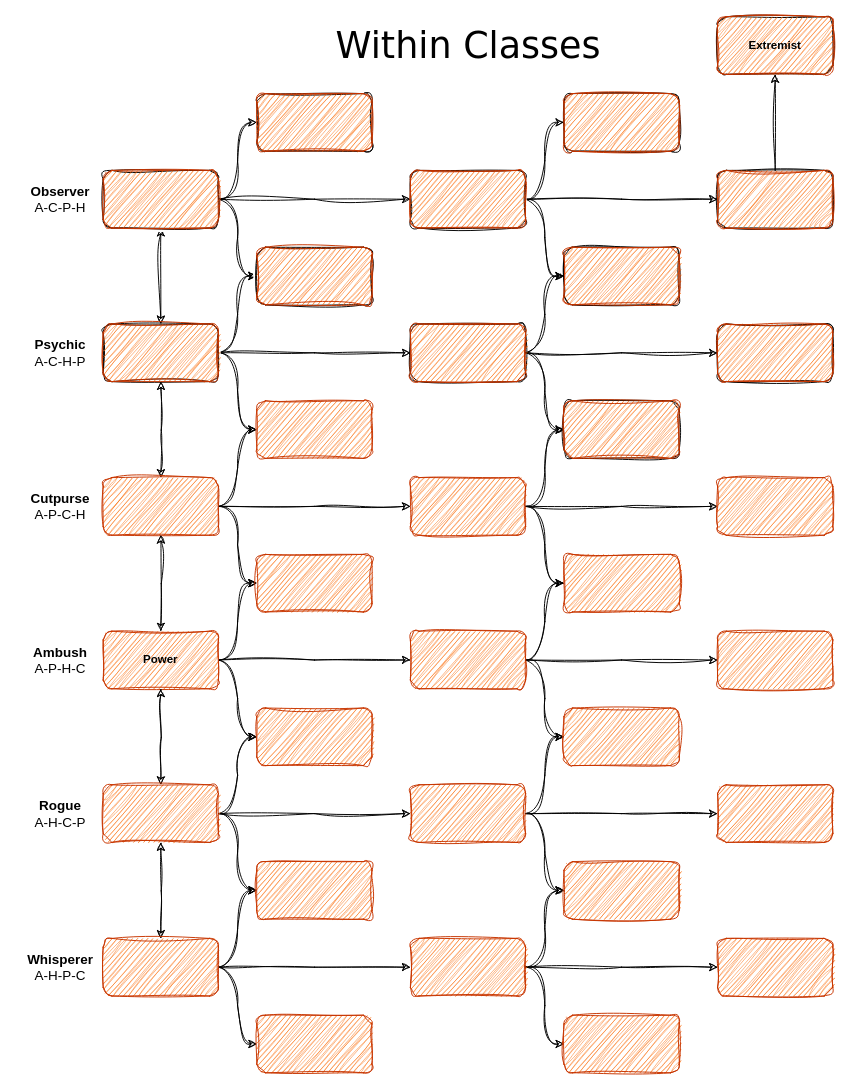
The draw.io diagram handbook/class_trees/within_classes_diagram.drawio in njs992/nialls_adventure_game, before the edit. Source tidied: cells renumbered, new cells numbered last; positions are measured from the earlier drawing's top-left corner, leaving out a move shared by most shapes. Both pictures are drawn from the tidied source at 96%, with x=0, y=0 at pixel (16, 16).
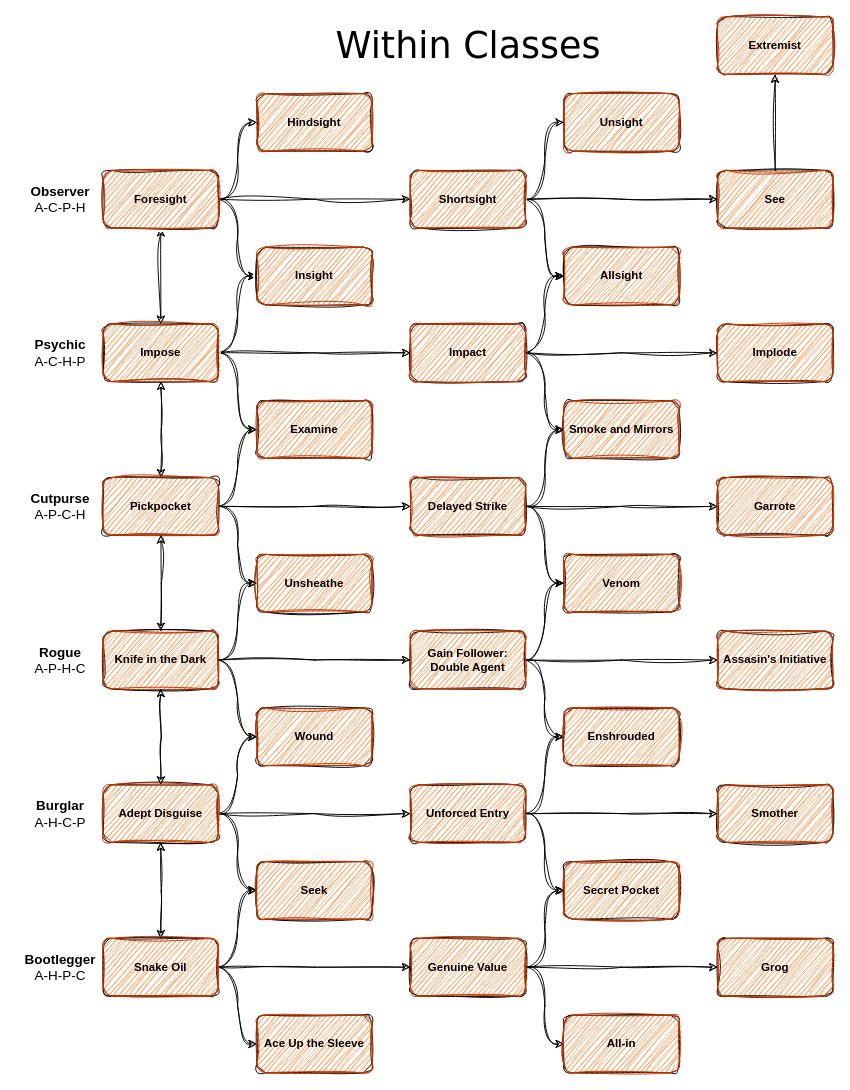
Above is the later version.

Change to the diagram source:
```diff
@@
+    <mxCell id="96" style="rounded=1;whiteSpace=wrap;html=1;labelBackgroundColor=none;sketch=1;curveFitting=1;jiggle=2;" parent="1" vertex="1">
+      <mxGeometry x="250" y="400" width="120" height="60" as="geometry" />
+    </mxCell>
+    <mxCell id="97" style="rounded=1;whiteSpace=wrap;html=1;labelBackgroundColor=none;sketch=1;curveFitting=1;jiggle=2;" parent="1" vertex="1">
+      <mxGeometry x="90" y="480" width="120" height="60" as="geometry" />
+    </mxCell>
+    <mxCell id="98" style="rounded=1;whiteSpace=wrap;html=1;labelBackgroundColor=none;sketch=1;curveFitting=1;jiggle=2;" parent="1" vertex="1">
+      <mxGeometry x="410" y="480" width="120" height="60" as="geometry" />
+    </mxCell>
+    <mxCell id="99" style="rounded=1;whiteSpace=wrap;html=1;labelBackgroundColor=none;sketch=1;curveFitting=1;jiggle=2;" parent="1" vertex="1">
+      <mxGeometry x="730" y="480" width="120" height="60" as="geometry" />
+    </mxCell>
+    <mxCell id="100" style="rounded=1;whiteSpace=wrap;html=1;labelBackgroundColor=none;sketch=1;curveFitting=1;jiggle=2;" parent="1" vertex="1">
+      <mxGeometry x="250" y="560" width="120" height="60" as="geometry" />
+    </mxCell>
+    <mxCell id="101" style="rounded=1;whiteSpace=wrap;html=1;labelBackgroundColor=none;sketch=1;curveFitting=1;jiggle=2;" parent="1" vertex="1">
+      <mxGeometry x="570" y="560" width="120" height="60" as="geometry" />
+    </mxCell>
+    <mxCell id="102" style="rounded=1;whiteSpace=wrap;html=1;labelBackgroundColor=none;sketch=1;curveFitting=1;jiggle=2;" parent="1" vertex="1">
+      <mxGeometry x="90" y="640" width="120" height="60" as="geometry" />
+    </mxCell>
+    <mxCell id="103" style="rounded=1;whiteSpace=wrap;html=1;labelBackgroundColor=none;sketch=1;curveFitting=1;jiggle=2;" parent="1" vertex="1">
+      <mxGeometry x="410" y="640" width="120" height="60" as="geometry" />
+    </mxCell>
+    <mxCell id="104" style="rounded=1;whiteSpace=wrap;html=1;labelBackgroundColor=none;sketch=1;curveFitting=1;jiggle=2;" parent="1" vertex="1">
+      <mxGeometry x="730" y="640" width="120" height="60" as="geometry" />
+    </mxCell>
+    <mxCell id="105" style="rounded=1;whiteSpace=wrap;html=1;labelBackgroundColor=none;sketch=1;curveFitting=1;jiggle=2;" parent="1" vertex="1">
+      <mxGeometry x="250" y="720" width="120" height="60" as="geometry" />
+    </mxCell>
+    <mxCell id="106" style="rounded=1;whiteSpace=wrap;html=1;labelBackgroundColor=none;sketch=1;curveFitting=1;jiggle=2;" parent="1" vertex="1">
+      <mxGeometry x="570" y="720" width="120" height="60" as="geometry" />
+    </mxCell>
+    <mxCell id="107" style="rounded=1;whiteSpace=wrap;html=1;labelBackgroundColor=none;sketch=1;curveFitting=1;jiggle=2;" parent="1" vertex="1">
+      <mxGeometry x="90" y="800" width="120" height="60" as="geometry" />
+    </mxCell>
+    <mxCell id="108" style="rounded=1;whiteSpace=wrap;html=1;labelBackgroundColor=none;sketch=1;curveFitting=1;jiggle=2;" parent="1" vertex="1">
+      <mxGeometry x="410" y="800" width="120" height="60" as="geometry" />
+    </mxCell>
+    <mxCell id="109" style="rounded=1;whiteSpace=wrap;html=1;labelBackgroundColor=none;sketch=1;curveFitting=1;jiggle=2;" parent="1" vertex="1">
+      <mxGeometry x="730" y="800" width="120" height="60" as="geometry" />
+    </mxCell>
+    <mxCell id="110" style="rounded=1;whiteSpace=wrap;html=1;labelBackgroundColor=none;sketch=1;curveFitting=1;jiggle=2;" parent="1" vertex="1">
+      <mxGeometry x="250" y="880" width="120" height="60" as="geometry" />
+    </mxCell>
+    <mxCell id="111" style="rounded=1;whiteSpace=wrap;html=1;labelBackgroundColor=none;sketch=1;curveFitting=1;jiggle=2;" parent="1" vertex="1">
+      <mxGeometry x="570" y="880" width="120" height="60" as="geometry" />
+    </mxCell>
+    <mxCell id="112" style="rounded=1;whiteSpace=wrap;html=1;labelBackgroundColor=none;sketch=1;curveFitting=1;jiggle=2;" parent="1" vertex="1">
+      <mxGeometry x="730" y="960" width="120" height="60" as="geometry" />
+    </mxCell>
+    <mxCell id="113" style="rounded=1;whiteSpace=wrap;html=1;labelBackgroundColor=none;sketch=1;curveFitting=1;jiggle=2;" parent="1" vertex="1">
+      <mxGeometry x="410" y="960" width="120" height="60" as="geometry" />
+    </mxCell>
+    <mxCell id="114" style="rounded=1;whiteSpace=wrap;html=1;labelBackgroundColor=none;sketch=1;curveFitting=1;jiggle=2;" parent="1" vertex="1">
+      <mxGeometry x="90" y="960" width="120" height="60" as="geometry" />
+    </mxCell>
+    <mxCell id="115" style="rounded=1;whiteSpace=wrap;html=1;labelBackgroundColor=none;sketch=1;curveFitting=1;jiggle=2;" parent="1" vertex="1">
+      <mxGeometry x="250" y="1040" width="120" height="60" as="geometry" />
+    </mxCell>
+    <mxCell id="116" style="rounded=1;whiteSpace=wrap;html=1;labelBackgroundColor=none;sketch=1;curveFitting=1;jiggle=2;" parent="1" vertex="1">
+      <mxGeometry x="570" y="1040" width="120" height="60" as="geometry" />
+    </mxCell>
@@
-    <mxCell id="18" style="rounded=1;whiteSpace=wrap;html=1;labelBackgroundColor=none;fillColor=#fa6800;strokeColor=#C73500;fontColor=default;sketch=1;curveFitting=1;jiggle=2;fontStyle=1;" parent="1" vertex="1">
+    <mxCell id="18" value="Pickpocket" style="rounded=1;whiteSpace=wrap;html=1;labelBackgroundColor=none;fillColor=#fa6800;strokeColor=#C73500;fontColor=default;sketch=1;curveFitting=1;jiggle=2;fontStyle=1;" parent="1" vertex="1">
       <mxGeometry x="90" y="480" width="120" height="60" as="geometry" />
     </mxCell>
-    <mxCell id="19" style="rounded=1;whiteSpace=wrap;html=1;labelBackgroundColor=none;fillColor=#fa6800;strokeColor=#C73500;fontColor=default;sketch=1;curveFitting=1;jiggle=2;fontStyle=1;" parent="1" vertex="1">
+    <mxCell id="19" value="Examine" style="rounded=1;whiteSpace=wrap;html=1;labelBackgroundColor=none;fillColor=#fa6800;strokeColor=#C73500;fontColor=default;sketch=1;curveFitting=1;jiggle=2;fontStyle=1;" parent="1" vertex="1">
       <mxGeometry x="250" y="400" width="120" height="60" as="geometry" />
     </mxCell>
@@
-    <mxCell id="24" value="&lt;font&gt;&lt;span&gt;Power&lt;/span&gt;&lt;/font&gt;" style="rounded=1;whiteSpace=wrap;html=1;labelBackgroundColor=none;fillColor=#fa6800;strokeColor=#C73500;fontColor=default;sketch=1;curveFitting=1;jiggle=2;fontStyle=1;" parent="1" vertex="1">
+    <mxCell id="24" value="Knife in the Dark" style="rounded=1;whiteSpace=wrap;html=1;labelBackgroundColor=none;fillColor=#fa6800;strokeColor=#C73500;fontColor=default;sketch=1;curveFitting=1;jiggle=2;fontStyle=1;" parent="1" vertex="1">
       <mxGeometry x="90" y="640" width="120" height="60" as="geometry" />
     </mxCell>
-    <mxCell id="25" style="rounded=1;whiteSpace=wrap;html=1;labelBackgroundColor=none;fillColor=#fa6800;strokeColor=#C73500;fontColor=default;sketch=1;curveFitting=1;jiggle=2;fontStyle=1;" parent="1" vertex="1">
+    <mxCell id="25" value="Unsheathe" style="rounded=1;whiteSpace=wrap;html=1;labelBackgroundColor=none;fillColor=#fa6800;strokeColor=#C73500;fontColor=default;sketch=1;curveFitting=1;jiggle=2;fontStyle=1;" parent="1" vertex="1">
       <mxGeometry x="250" y="560" width="120" height="60" as="geometry" />
     </mxCell>
@@
-    <mxCell id="30" style="rounded=1;whiteSpace=wrap;html=1;labelBackgroundColor=none;fillColor=#fa6800;strokeColor=#C73500;fontColor=default;sketch=1;curveFitting=1;jiggle=2;fontStyle=1;" parent="1" vertex="1">
+    <mxCell id="30" value="Adept Disguise" style="rounded=1;whiteSpace=wrap;html=1;labelBackgroundColor=none;fillColor=#fa6800;strokeColor=#C73500;fontColor=default;sketch=1;curveFitting=1;jiggle=2;fontStyle=1;" parent="1" vertex="1">
       <mxGeometry x="90" y="800" width="120" height="60" as="geometry" />
     </mxCell>
-    <mxCell id="31" style="rounded=1;whiteSpace=wrap;html=1;labelBackgroundColor=none;fillColor=#fa6800;strokeColor=#C73500;fontColor=default;sketch=1;curveFitting=1;jiggle=2;fontStyle=1;" parent="1" vertex="1">
+    <mxCell id="31" value="Wound" style="rounded=1;whiteSpace=wrap;html=1;labelBackgroundColor=none;fillColor=#fa6800;strokeColor=#C73500;fontColor=default;sketch=1;curveFitting=1;jiggle=2;fontStyle=1;" parent="1" vertex="1">
       <mxGeometry x="250" y="720" width="120" height="60" as="geometry" />
     </mxCell>
@@
-    <mxCell id="36" style="rounded=1;whiteSpace=wrap;html=1;labelBackgroundColor=none;fillColor=#fa6800;strokeColor=#C73500;fontColor=default;sketch=1;curveFitting=1;jiggle=2;fontStyle=1;" parent="1" vertex="1">
+    <mxCell id="36" value="Snake Oil" style="rounded=1;whiteSpace=wrap;html=1;labelBackgroundColor=none;fillColor=#fa6800;strokeColor=#C73500;fontColor=default;sketch=1;curveFitting=1;jiggle=2;fontStyle=1;" parent="1" vertex="1">
       <mxGeometry x="90" y="960" width="120" height="60" as="geometry" />
     </mxCell>
-    <mxCell id="37" style="rounded=1;whiteSpace=wrap;html=1;labelBackgroundColor=none;fillColor=#fa6800;strokeColor=#C73500;fontColor=default;sketch=1;curveFitting=1;jiggle=2;fontStyle=1;" parent="1" vertex="1">
+    <mxCell id="37" value="Seek" style="rounded=1;whiteSpace=wrap;html=1;labelBackgroundColor=none;fillColor=#fa6800;strokeColor=#C73500;fontColor=default;sketch=1;curveFitting=1;jiggle=2;fontStyle=1;" parent="1" vertex="1">
       <mxGeometry x="250" y="880" width="120" height="60" as="geometry" />
     </mxCell>
-    <mxCell id="38" style="rounded=1;whiteSpace=wrap;html=1;labelBackgroundColor=none;fillColor=#fa6800;strokeColor=#C73500;fontColor=default;sketch=1;curveFitting=1;jiggle=2;fontStyle=1;" parent="1" vertex="1">
+    <mxCell id="38" value="Ace Up the Sleeve" style="rounded=1;whiteSpace=wrap;html=1;labelBackgroundColor=none;fillColor=#fa6800;strokeColor=#C73500;fontColor=default;sketch=1;curveFitting=1;jiggle=2;fontStyle=1;" parent="1" vertex="1">
       <mxGeometry x="250" y="1040" width="120" height="60" as="geometry" />
     </mxCell>
@@
-    <mxCell id="52" style="rounded=1;whiteSpace=wrap;html=1;labelBackgroundColor=none;fillColor=#fa6800;strokeColor=#C73500;fontColor=default;sketch=1;curveFitting=1;jiggle=2;fontStyle=1;" parent="1" vertex="1">
+    <mxCell id="52" value="Delayed Strike" style="rounded=1;whiteSpace=wrap;html=1;labelBackgroundColor=none;fillColor=#fa6800;strokeColor=#C73500;fontColor=default;sketch=1;curveFitting=1;jiggle=2;fontStyle=1;" parent="1" vertex="1">
       <mxGeometry x="410" y="480" width="120" height="60" as="geometry" />
     </mxCell>
@@
-    <mxCell id="57" style="rounded=1;whiteSpace=wrap;html=1;labelBackgroundColor=none;fillColor=#fa6800;strokeColor=#C73500;fontColor=default;sketch=1;curveFitting=1;jiggle=2;fontStyle=1;" parent="1" vertex="1">
+    <mxCell id="57" value="Gain Follower: Double Agent" style="rounded=1;whiteSpace=wrap;html=1;labelBackgroundColor=none;fillColor=#fa6800;strokeColor=#C73500;fontColor=default;sketch=1;curveFitting=1;jiggle=2;fontStyle=1;" parent="1" vertex="1">
       <mxGeometry x="410" y="640" width="120" height="60" as="geometry" />
     </mxCell>
-    <mxCell id="58" style="rounded=1;whiteSpace=wrap;html=1;labelBackgroundColor=none;fillColor=#fa6800;strokeColor=#C73500;fontColor=default;sketch=1;curveFitting=1;jiggle=2;fontStyle=1;" parent="1" vertex="1">
+    <mxCell id="58" value="Venom" style="rounded=1;whiteSpace=wrap;html=1;labelBackgroundColor=none;fillColor=#fa6800;strokeColor=#C73500;fontColor=default;sketch=1;curveFitting=1;jiggle=2;fontStyle=1;" parent="1" vertex="1">
       <mxGeometry x="570" y="560" width="120" height="60" as="geometry" />
     </mxCell>
@@
-    <mxCell id="62" style="rounded=1;whiteSpace=wrap;html=1;labelBackgroundColor=none;fillColor=#fa6800;strokeColor=#C73500;fontColor=default;sketch=1;curveFitting=1;jiggle=2;fontStyle=1;" parent="1" vertex="1">
+    <mxCell id="62" value="Unforced Entry" style="rounded=1;whiteSpace=wrap;html=1;labelBackgroundColor=none;fillColor=#fa6800;strokeColor=#C73500;fontColor=default;sketch=1;curveFitting=1;jiggle=2;fontStyle=1;" parent="1" vertex="1">
       <mxGeometry x="410" y="800" width="120" height="60" as="geometry" />
     </mxCell>
-    <mxCell id="63" style="rounded=1;whiteSpace=wrap;html=1;labelBackgroundColor=none;fillColor=#fa6800;strokeColor=#C73500;fontColor=default;sketch=1;curveFitting=1;jiggle=2;fontStyle=1;" parent="1" vertex="1">
+    <mxCell id="63" value="Enshrouded" style="rounded=1;whiteSpace=wrap;html=1;labelBackgroundColor=none;fillColor=#fa6800;strokeColor=#C73500;fontColor=default;sketch=1;curveFitting=1;jiggle=2;fontStyle=1;" parent="1" vertex="1">
       <mxGeometry x="570" y="720" width="120" height="60" as="geometry" />
     </mxCell>
@@
-    <mxCell id="67" style="rounded=1;whiteSpace=wrap;html=1;labelBackgroundColor=none;fillColor=#fa6800;strokeColor=#C73500;fontColor=default;sketch=1;curveFitting=1;jiggle=2;fontStyle=1;" parent="1" vertex="1">
+    <mxCell id="67" value="Genuine Value" style="rounded=1;whiteSpace=wrap;html=1;labelBackgroundColor=none;fillColor=#fa6800;strokeColor=#C73500;fontColor=default;sketch=1;curveFitting=1;jiggle=2;fontStyle=1;" parent="1" vertex="1">
       <mxGeometry x="410" y="960" width="120" height="60" as="geometry" />
     </mxCell>
-    <mxCell id="68" style="rounded=1;whiteSpace=wrap;html=1;labelBackgroundColor=none;fillColor=#fa6800;strokeColor=#C73500;fontColor=default;sketch=1;curveFitting=1;jiggle=2;fontStyle=1;" parent="1" vertex="1">
+    <mxCell id="68" value="Secret Pocket" style="rounded=1;whiteSpace=wrap;html=1;labelBackgroundColor=none;fillColor=#fa6800;strokeColor=#C73500;fontColor=default;sketch=1;curveFitting=1;jiggle=2;fontStyle=1;" parent="1" vertex="1">
       <mxGeometry x="570" y="880" width="120" height="60" as="geometry" />
     </mxCell>
-    <mxCell id="69" style="rounded=1;whiteSpace=wrap;html=1;labelBackgroundColor=none;fillColor=#fa6800;strokeColor=#C73500;fontColor=default;sketch=1;curveFitting=1;jiggle=2;fontStyle=1;" parent="1" vertex="1">
+    <mxCell id="69" value="All-in" style="rounded=1;whiteSpace=wrap;html=1;labelBackgroundColor=none;fillColor=#fa6800;strokeColor=#C73500;fontColor=default;sketch=1;curveFitting=1;jiggle=2;fontStyle=1;" parent="1" vertex="1">
       <mxGeometry x="570" y="1040" width="120" height="60" as="geometry" />
     </mxCell>
@@
-    <mxCell id="73" style="rounded=1;whiteSpace=wrap;html=1;labelBackgroundColor=none;fillColor=#fa6800;strokeColor=#C73500;fontColor=default;sketch=1;curveFitting=1;jiggle=2;fontStyle=1;" parent="1" vertex="1">
+    <mxCell id="73" value="Garrote" style="rounded=1;whiteSpace=wrap;html=1;labelBackgroundColor=none;fillColor=#fa6800;strokeColor=#C73500;fontColor=default;sketch=1;curveFitting=1;jiggle=2;fontStyle=1;" parent="1" vertex="1">
       <mxGeometry x="730" y="480" width="120" height="60" as="geometry" />
     </mxCell>
-    <mxCell id="74" style="rounded=1;whiteSpace=wrap;html=1;labelBackgroundColor=none;fillColor=#fa6800;strokeColor=#C73500;fontColor=default;sketch=1;curveFitting=1;jiggle=2;fontStyle=1;" parent="1" vertex="1">
+    <mxCell id="74" value="Assasin's Initiative" style="rounded=1;whiteSpace=wrap;html=1;labelBackgroundColor=none;fillColor=#fa6800;strokeColor=#C73500;fontColor=default;sketch=1;curveFitting=1;jiggle=2;fontStyle=1;" parent="1" vertex="1">
       <mxGeometry x="730" y="640" width="120" height="60" as="geometry" />
     </mxCell>
-    <mxCell id="75" style="rounded=1;whiteSpace=wrap;html=1;labelBackgroundColor=none;fillColor=#fa6800;strokeColor=#C73500;fontColor=default;sketch=1;curveFitting=1;jiggle=2;fontStyle=1;" parent="1" vertex="1">
+    <mxCell id="75" value="Smother" style="rounded=1;whiteSpace=wrap;html=1;labelBackgroundColor=none;fillColor=#fa6800;strokeColor=#C73500;fontColor=default;sketch=1;curveFitting=1;jiggle=2;fontStyle=1;" parent="1" vertex="1">
       <mxGeometry x="730" y="800" width="120" height="60" as="geometry" />
     </mxCell>
-    <mxCell id="76" style="rounded=1;whiteSpace=wrap;html=1;labelBackgroundColor=none;fillColor=#fa6800;strokeColor=#C73500;fontColor=default;sketch=1;curveFitting=1;jiggle=2;fontStyle=1;" parent="1" vertex="1">
+    <mxCell id="76" value="Grog" style="rounded=1;whiteSpace=wrap;html=1;labelBackgroundColor=none;fillColor=#fa6800;strokeColor=#C73500;fontColor=default;sketch=1;curveFitting=1;jiggle=2;fontStyle=1;" parent="1" vertex="1">
       <mxGeometry x="730" y="960" width="120" height="60" as="geometry" />
     </mxCell>
@@
-    <mxCell id="78" style="rounded=1;whiteSpace=wrap;html=1;labelBackgroundColor=none;fillColor=#fa6800;strokeColor=#C73500;fontColor=default;sketch=1;curveFitting=1;jiggle=2;fontStyle=1;" parent="1" vertex="1">
+    <mxCell id="78" value="Foresight" style="rounded=1;whiteSpace=wrap;html=1;labelBackgroundColor=none;fillColor=#fa6800;strokeColor=#C73500;fontColor=default;sketch=1;curveFitting=1;jiggle=2;fontStyle=1;" parent="1" vertex="1">
       <mxGeometry x="90" y="160" width="120" height="60" as="geometry" />
     </mxCell>
-    <mxCell id="79" style="rounded=1;whiteSpace=wrap;html=1;labelBackgroundColor=none;fillColor=#fa6800;strokeColor=#C73500;fontColor=default;sketch=1;curveFitting=1;jiggle=2;fontStyle=1;" parent="1" vertex="1">
+    <mxCell id="79" value="Hindsight" style="rounded=1;whiteSpace=wrap;html=1;labelBackgroundColor=none;fillColor=#fa6800;strokeColor=#C73500;fontColor=default;sketch=1;curveFitting=1;jiggle=2;fontStyle=1;" parent="1" vertex="1">
       <mxGeometry x="250" y="80" width="120" height="60" as="geometry" />
     </mxCell>
-    <mxCell id="80" style="rounded=1;whiteSpace=wrap;html=1;labelBackgroundColor=none;fillColor=#fa6800;strokeColor=#C73500;fontColor=default;sketch=1;curveFitting=1;jiggle=2;fontStyle=1;" parent="1" vertex="1">
+    <mxCell id="80" value="Insight" style="rounded=1;whiteSpace=wrap;html=1;labelBackgroundColor=none;fillColor=#fa6800;strokeColor=#C73500;fontColor=default;sketch=1;curveFitting=1;jiggle=2;fontStyle=1;" parent="1" vertex="1">
       <mxGeometry x="250" y="240" width="120" height="60" as="geometry" />
     </mxCell>
-    <mxCell id="81" style="rounded=1;whiteSpace=wrap;html=1;labelBackgroundColor=none;fillColor=#fa6800;strokeColor=#C73500;fontColor=default;sketch=1;curveFitting=1;jiggle=2;fontStyle=1;" parent="1" vertex="1">
+    <mxCell id="81" value="Shortsight" style="rounded=1;whiteSpace=wrap;html=1;labelBackgroundColor=none;fillColor=#fa6800;strokeColor=#C73500;fontColor=default;sketch=1;curveFitting=1;jiggle=2;fontStyle=1;" parent="1" vertex="1">
       <mxGeometry x="410" y="160" width="120" height="60" as="geometry" />
     </mxCell>
-    <mxCell id="82" style="rounded=1;whiteSpace=wrap;html=1;labelBackgroundColor=none;fillColor=#fa6800;strokeColor=#C73500;fontColor=default;sketch=1;curveFitting=1;jiggle=2;fontStyle=1;" parent="1" vertex="1">
+    <mxCell id="82" value="Unsight" style="rounded=1;whiteSpace=wrap;html=1;labelBackgroundColor=none;fillColor=#fa6800;strokeColor=#C73500;fontColor=default;sketch=1;curveFitting=1;jiggle=2;fontStyle=1;" parent="1" vertex="1">
       <mxGeometry x="570" y="80" width="120" height="60" as="geometry" />
     </mxCell>
@@
-    <mxCell id="84" style="rounded=1;whiteSpace=wrap;html=1;labelBackgroundColor=none;fillColor=#fa6800;strokeColor=#C73500;fontColor=default;sketch=1;curveFitting=1;jiggle=2;fontStyle=1;" parent="1" vertex="1">
+    <mxCell id="84" value="See" style="rounded=1;whiteSpace=wrap;html=1;labelBackgroundColor=none;fillColor=#fa6800;strokeColor=#C73500;fontColor=default;sketch=1;curveFitting=1;jiggle=2;fontStyle=1;" parent="1" vertex="1">
       <mxGeometry x="730" y="160" width="120" height="60" as="geometry" />
     </mxCell>
-    <mxCell id="85" style="rounded=1;whiteSpace=wrap;html=1;labelBackgroundColor=none;fillColor=#fa6800;strokeColor=#C73500;fontColor=default;sketch=1;curveFitting=1;jiggle=2;fontStyle=1;" parent="1" vertex="1">
+    <mxCell id="85" value="Allsight" style="rounded=1;whiteSpace=wrap;html=1;labelBackgroundColor=none;fillColor=#fa6800;strokeColor=#C73500;fontColor=default;sketch=1;curveFitting=1;jiggle=2;fontStyle=1;" parent="1" vertex="1">
       <mxGeometry x="570" y="240" width="120" height="60" as="geometry" />
     </mxCell>
-    <mxCell id="86" style="rounded=1;whiteSpace=wrap;html=1;labelBackgroundColor=none;fillColor=#fa6800;strokeColor=#C73500;fontColor=default;sketch=1;curveFitting=1;jiggle=2;fontStyle=1;" parent="1" vertex="1">
+    <mxCell id="86" value="Impact" style="rounded=1;whiteSpace=wrap;html=1;labelBackgroundColor=none;fillColor=#fa6800;strokeColor=#C73500;fontColor=default;sketch=1;curveFitting=1;jiggle=2;fontStyle=1;" parent="1" vertex="1">
       <mxGeometry x="410" y="320" width="120" height="60" as="geometry" />
     </mxCell>
-    <mxCell id="87" style="rounded=1;whiteSpace=wrap;html=1;labelBackgroundColor=none;fillColor=#fa6800;strokeColor=#C73500;fontColor=default;sketch=1;curveFitting=1;jiggle=2;fontStyle=1;" parent="1" vertex="1">
+    <mxCell id="87" value="Impose" style="rounded=1;whiteSpace=wrap;html=1;labelBackgroundColor=none;fillColor=#fa6800;strokeColor=#C73500;fontColor=default;sketch=1;curveFitting=1;jiggle=2;fontStyle=1;" parent="1" vertex="1">
       <mxGeometry x="90" y="320" width="120" height="60" as="geometry" />
     </mxCell>
-    <mxCell id="88" style="rounded=1;whiteSpace=wrap;html=1;labelBackgroundColor=none;fillColor=#fa6800;strokeColor=#C73500;fontColor=default;sketch=1;curveFitting=1;jiggle=2;fontStyle=1;" parent="1" vertex="1">
+    <mxCell id="88" value="Implode" style="rounded=1;whiteSpace=wrap;html=1;labelBackgroundColor=none;fillColor=#fa6800;strokeColor=#C73500;fontColor=default;sketch=1;curveFitting=1;jiggle=2;fontStyle=1;" parent="1" vertex="1">
       <mxGeometry x="730" y="320" width="120" height="60" as="geometry" />
     </mxCell>
-    <mxCell id="89" style="rounded=1;whiteSpace=wrap;html=1;labelBackgroundColor=none;fillColor=#fa6800;strokeColor=#C73500;fontColor=default;sketch=1;curveFitting=1;jiggle=2;fontStyle=1;" parent="1" vertex="1">
+    <mxCell id="89" value="Smoke and Mirrors" style="rounded=1;whiteSpace=wrap;html=1;labelBackgroundColor=none;fillColor=#fa6800;strokeColor=#C73500;fontColor=default;sketch=1;curveFitting=1;jiggle=2;fontStyle=1;" parent="1" vertex="1">
       <mxGeometry x="570" y="400" width="120" height="60" as="geometry" />
     </mxCell>
-    <mxCell id="90" value="&lt;div&gt;Ambush&lt;/div&gt;&lt;div&gt;&lt;span style=&quot;font-weight: normal;&quot;&gt;A-P-H-C&lt;/span&gt;&lt;/div&gt;" style="text;html=1;align=center;verticalAlign=middle;strokeColor=none;fillColor=none;fontFamily=Helvetica;fontSize=14;fontStyle=1;" parent="1" vertex="1">
+    <mxCell id="90" value="&lt;div&gt;&lt;span style=&quot;background-color: transparent; color: light-dark(rgb(0, 0, 0), rgb(255, 255, 255));&quot;&gt;Rogue&lt;/span&gt;&lt;/div&gt;&lt;div&gt;&lt;span style=&quot;font-weight: normal; background-color: transparent; color: light-dark(rgb(0, 0, 0), rgb(255, 255, 255));&quot;&gt;A-P-H-C&lt;/span&gt;&lt;/div&gt;" style="text;html=1;align=center;verticalAlign=middle;strokeColor=none;fillColor=none;fontFamily=Helvetica;fontSize=14;fontStyle=1;" parent="1" vertex="1">
       <mxGeometry x="5" y="645" width="80" height="50" as="geometry" />
     </mxCell>
@@
-    <mxCell id="92" value="Whisperer&lt;br&gt;&lt;div&gt;&lt;span style=&quot;font-weight: normal;&quot;&gt;A-H-P-C&lt;/span&gt;&lt;/div&gt;" style="text;html=1;align=center;verticalAlign=middle;strokeColor=none;fillColor=none;fontFamily=Helvetica;fontSize=14;fontStyle=1;" parent="1" vertex="1">
+    <mxCell id="92" value="&lt;div&gt;Bootlegger&lt;/div&gt;&lt;div&gt;&lt;span style=&quot;font-weight: normal;&quot;&gt;A-H-P-C&lt;/span&gt;&lt;/div&gt;" style="text;html=1;align=center;verticalAlign=middle;strokeColor=none;fillColor=none;fontFamily=Helvetica;fontSize=14;fontStyle=1;" parent="1" vertex="1">
       <mxGeometry y="965" width="90" height="50" as="geometry" />
     </mxCell>
-    <mxCell id="93" value="Rogue&lt;div&gt;&lt;span style=&quot;font-weight: normal;&quot;&gt;A-H-C-P&lt;/span&gt;&lt;/div&gt;" style="text;html=1;align=center;verticalAlign=middle;strokeColor=none;fillColor=none;fontFamily=Helvetica;fontSize=14;fontStyle=1;" parent="1" vertex="1">
+    <mxCell id="93" value="&lt;div&gt;Burglar&lt;/div&gt;&lt;div&gt;&lt;span style=&quot;font-weight: normal;&quot;&gt;A-H-C-P&lt;/span&gt;&lt;/div&gt;" style="text;html=1;align=center;verticalAlign=middle;strokeColor=none;fillColor=none;fontFamily=Helvetica;fontSize=14;fontStyle=1;" parent="1" vertex="1">
       <mxGeometry x="5" y="805" width="80" height="50" as="geometry" />
     </mxCell>
```
